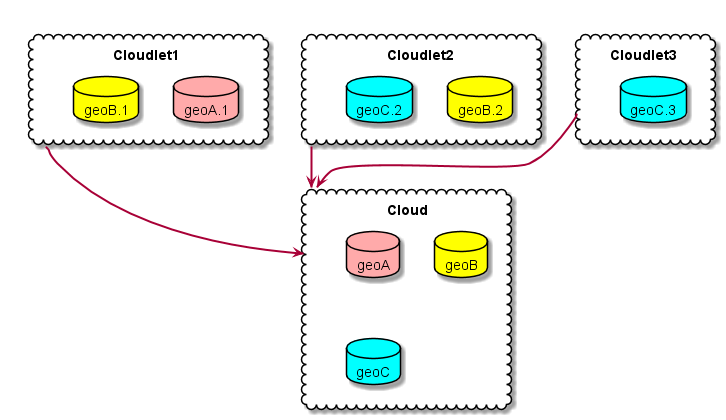
Earlier version of the PlantUML export docs/Architecture.png (CAADE/CloudLet). Source of this version:
```plantuml
@startuml

cloud Cloudlet1 {
  database "geoA.1" #ffaaaa
  database "geoB.1" #ffff00
}
cloud Cloudlet2 {
  database "geoB.2" #ffff00
  database "geoC.2" #00ffff
}
cloud Cloudlet3 {
  database "geoC.3" #00ffff
}


cloud Cloud {
  database geoA #ffaaaa
  database geoB #ffff00
  database geoC #00ffff
}


Cloudlet1 ==> Cloud
Cloudlet2 ==> Cloud
Cloudlet3 ==> Cloud

@enduml
```
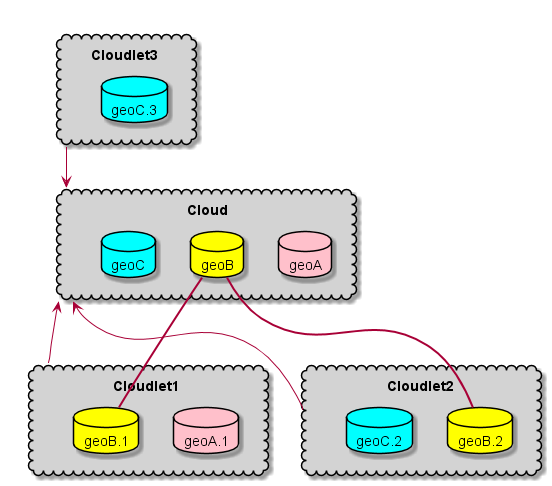
The same file after the commit.

Change to the diagram source:
```diff
@@ -1,27 +1,30 @@
 @startuml
 
-cloud Cloudlet1 {
-  database "geoA.1" #ffaaaa
+cloud Cloudlet1 #lightgray {
+  database "geoA.1" #pink
   database "geoB.1" #ffff00
 }
-cloud Cloudlet2 {
+
+cloud Cloudlet2 #lightgray {
   database "geoB.2" #ffff00
   database "geoC.2" #00ffff
 }
-cloud Cloudlet3 {
+
+cloud Cloudlet3 #lightgray {
   database "geoC.3" #00ffff
 }
 
 
-cloud Cloud {
-  database geoA #ffaaaa
+cloud Cloud #lightgray {
+  database geoA #pink
   database geoB #ffff00
   database geoC #00ffff
 }
 
+Cloudlet1 --> Cloud
+Cloudlet2 --> Cloud
+Cloudlet3 --> Cloud
 
-Cloudlet1 ==> Cloud
-Cloudlet2 ==> Cloud
-Cloudlet3 ==> Cloud
-
+geoB === geoB.1
+geoB === geoB.2
 @enduml
```
